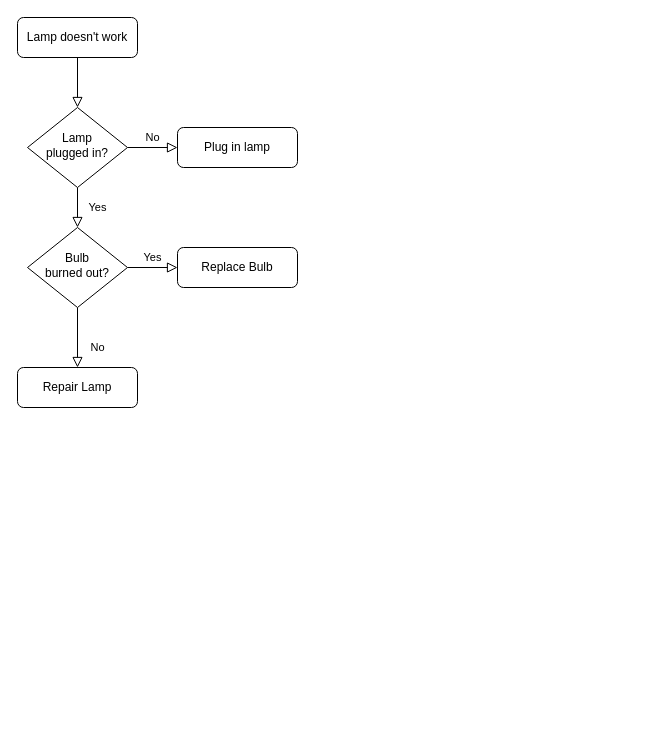
Earlier version of the draw.io diagram weblate/保存翻译内容到数据库.drawio (weijiang1994/draw-io). Source tidied: cells renumbered, new cells numbered last; positions are measured from the earlier drawing's top-left corner, leaving out a move shared by most shapes. Both pictures are drawn from the tidied source at 100%, with x=0, y=0 at pixel (17, 17).
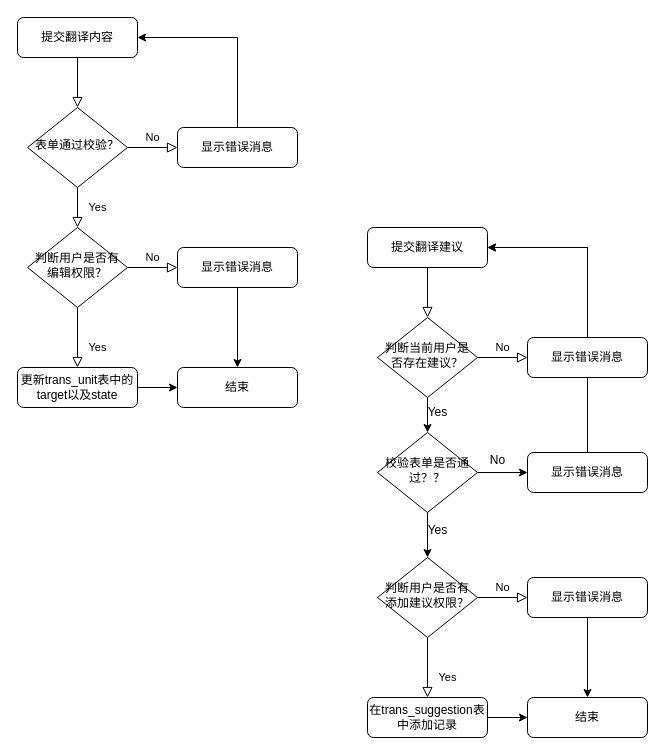
Above is the later version.

Commit message:
更新保存翻译内容到数据库.drawio

The edit, as a diff of the source:
```diff
@@
+    <mxCell id="13" style="edgeStyle=orthogonalEdgeStyle;rounded=0;jettySize=auto;html=1;exitX=0.5;exitY=0;exitDx=0;exitDy=0;entryX=1;entryY=0.5;entryDx=0;entryDy=0;" parent="1" edge="1" source="36" target="19">
+      <mxGeometry relative="1" as="geometry" />
+    </mxCell>
@@
-    <mxCell id="3" value="Lamp doesn't work" style="rounded=1;whiteSpace=wrap;html=1;fontSize=12;glass=0;strokeWidth=1;shadow=0;" parent="1" vertex="1">
+    <mxCell id="3" value="提交翻译内容" style="rounded=1;whiteSpace=wrap;html=1;fontSize=12;glass=0;strokeWidth=1;shadow=0;" parent="1" vertex="1">
       <mxGeometry width="120" height="40" as="geometry" />
     </mxCell>
@@
-    <mxCell id="6" value="Lamp&lt;br&gt;plugged in?" style="rhombus;whiteSpace=wrap;html=1;shadow=0;fontFamily=Helvetica;fontSize=12;align=center;strokeWidth=1;spacing=6;spacingTop=-4;" parent="1" vertex="1">
+    <mxCell id="6" value="表单通过校验？" style="rhombus;whiteSpace=wrap;html=1;shadow=0;fontFamily=Helvetica;fontSize=12;align=center;strokeWidth=1;spacing=6;spacingTop=-4;" parent="1" vertex="1">
       <mxGeometry x="10" y="90" width="100" height="80" as="geometry" />
     </mxCell>
+    <mxCell id="14" style="edgeStyle=orthogonalEdgeStyle;rounded=0;jettySize=auto;html=1;exitX=0.5;exitY=0;exitDx=0;exitDy=0;entryX=1;entryY=0.5;entryDx=0;entryDy=0;" parent="1" edge="1" source="7" target="3">
+      <mxGeometry relative="1" as="geometry" />
+    </mxCell>
-    <mxCell id="7" value="Plug in lamp" style="rounded=1;whiteSpace=wrap;html=1;fontSize=12;glass=0;strokeWidth=1;shadow=0;" parent="1" vertex="1">
+    <mxCell id="7" value="显示错误消息" style="rounded=1;whiteSpace=wrap;html=1;fontSize=12;glass=0;strokeWidth=1;shadow=0;" parent="1" vertex="1">
       <mxGeometry x="160" y="110" width="120" height="40" as="geometry" />
     </mxCell>
-    <mxCell id="8" value="No" style="rounded=0;html=1;jettySize=auto;fontSize=11;endArrow=block;endFill=0;endSize=8;strokeWidth=1;shadow=0;labelBackgroundColor=none;edgeStyle=orthogonalEdgeStyle;" parent="1" edge="1" source="10" target="11">
+    <mxCell id="8" value="Yes" style="rounded=0;html=1;jettySize=auto;fontSize=11;endArrow=block;endFill=0;endSize=8;strokeWidth=1;shadow=0;labelBackgroundColor=none;edgeStyle=orthogonalEdgeStyle;" parent="1" edge="1" source="10" target="11">
       <mxGeometry x="0.33" y="20" relative="1" as="geometry" />
     </mxCell>
-    <mxCell id="9" value="Yes" style="edgeStyle=orthogonalEdgeStyle;rounded=0;html=1;jettySize=auto;fontSize=11;endArrow=block;endFill=0;endSize=8;strokeWidth=1;shadow=0;labelBackgroundColor=none;" parent="1" edge="1" source="10" target="12">
+    <mxCell id="9" value="No" style="edgeStyle=orthogonalEdgeStyle;rounded=0;html=1;jettySize=auto;fontSize=11;endArrow=block;endFill=0;endSize=8;strokeWidth=1;shadow=0;labelBackgroundColor=none;" parent="1" edge="1" source="10" target="12">
       <mxGeometry y="10" relative="1" as="geometry" />
     </mxCell>
-    <mxCell id="10" value="Bulb&lt;br&gt;burned out?" style="rhombus;whiteSpace=wrap;html=1;shadow=0;fontFamily=Helvetica;fontSize=12;align=center;strokeWidth=1;spacing=6;spacingTop=-4;" parent="1" vertex="1">
+    <mxCell id="10" value="判断用户是否有编辑权限？" style="rhombus;whiteSpace=wrap;html=1;shadow=0;fontFamily=Helvetica;fontSize=12;align=center;strokeWidth=1;spacing=6;spacingTop=-4;" parent="1" vertex="1">
       <mxGeometry x="10" y="210" width="100" height="80" as="geometry" />
     </mxCell>
+    <mxCell id="15" style="edgeStyle=orthogonalEdgeStyle;rounded=0;jettySize=auto;html=1;exitX=1;exitY=0.5;exitDx=0;exitDy=0;entryX=0;entryY=0.5;entryDx=0;entryDy=0;" parent="1" edge="1" source="11" target="17">
+      <mxGeometry relative="1" as="geometry" />
+    </mxCell>
-    <mxCell id="11" value="Repair Lamp" style="rounded=1;whiteSpace=wrap;html=1;fontSize=12;glass=0;strokeWidth=1;shadow=0;" parent="1" vertex="1">
+    <mxCell id="11" value="更新trans_unit表中的target以及state" style="rounded=1;whiteSpace=wrap;html=1;fontSize=12;glass=0;strokeWidth=1;shadow=0;" parent="1" vertex="1">
       <mxGeometry y="350" width="120" height="40" as="geometry" />
     </mxCell>
+    <mxCell id="16" style="edgeStyle=orthogonalEdgeStyle;rounded=0;jettySize=auto;html=1;exitX=0.5;exitY=1;exitDx=0;exitDy=0;entryX=0.5;entryY=0;entryDx=0;entryDy=0;" parent="1" edge="1" source="12" target="17">
+      <mxGeometry relative="1" as="geometry" />
+    </mxCell>
-    <mxCell id="12" value="Replace Bulb" style="rounded=1;whiteSpace=wrap;html=1;fontSize=12;glass=0;strokeWidth=1;shadow=0;" parent="1" vertex="1">
+    <mxCell id="12" value="显示错误消息" style="rounded=1;whiteSpace=wrap;html=1;fontSize=12;glass=0;strokeWidth=1;shadow=0;" parent="1" vertex="1">
       <mxGeometry x="160" y="230" width="120" height="40" as="geometry" />
     </mxCell>
+    <mxCell id="17" value="结束" style="rounded=1;whiteSpace=wrap;html=1;fontSize=12;glass=0;strokeWidth=1;shadow=0;" parent="1" vertex="1">
+      <mxGeometry x="160" y="350" width="120" height="40" as="geometry" />
+    </mxCell>
+    <mxCell id="18" style="rounded=0;html=1;jettySize=auto;fontSize=11;endArrow=block;endFill=0;endSize=8;strokeWidth=1;shadow=0;labelBackgroundColor=none;edgeStyle=orthogonalEdgeStyle;" parent="1" edge="1" source="19" target="22">
+      <mxGeometry relative="1" as="geometry" />
+    </mxCell>
+    <mxCell id="19" value="提交翻译建议" style="rounded=1;whiteSpace=wrap;html=1;fontSize=12;glass=0;strokeWidth=1;shadow=0;" parent="1" vertex="1">
+      <mxGeometry x="350" y="210" width="120" height="40" as="geometry" />
+    </mxCell>
+    <mxCell id="20" value="No" style="edgeStyle=orthogonalEdgeStyle;rounded=0;html=1;jettySize=auto;fontSize=11;endArrow=block;endFill=0;endSize=8;strokeWidth=1;shadow=0;labelBackgroundColor=none;" parent="1" edge="1" source="22" target="24">
+      <mxGeometry y="10" relative="1" as="geometry" />
+    </mxCell>
+    <mxCell id="21" style="edgeStyle=orthogonalEdgeStyle;rounded=0;jettySize=auto;html=1;exitX=0.5;exitY=1;exitDx=0;exitDy=0;entryX=0.5;entryY=0;entryDx=0;entryDy=0;" parent="1" edge="1" source="22" target="35">
+      <mxGeometry relative="1" as="geometry" />
+    </mxCell>
+    <mxCell id="22" value="判断当前用户是否存在建议？" style="rhombus;whiteSpace=wrap;html=1;shadow=0;fontFamily=Helvetica;fontSize=12;align=center;strokeWidth=1;spacing=6;spacingTop=-4;" parent="1" vertex="1">
+      <mxGeometry x="360" y="300" width="100" height="80" as="geometry" />
+    </mxCell>
+    <mxCell id="23" style="edgeStyle=orthogonalEdgeStyle;rounded=0;jettySize=auto;html=1;exitX=0.5;exitY=0;exitDx=0;exitDy=0;entryX=1;entryY=0.5;entryDx=0;entryDy=0;" parent="1" edge="1" source="24" target="19">
+      <mxGeometry relative="1" as="geometry" />
+    </mxCell>
+    <mxCell id="24" value="显示错误消息" style="rounded=1;whiteSpace=wrap;html=1;fontSize=12;glass=0;strokeWidth=1;shadow=0;" parent="1" vertex="1">
+      <mxGeometry x="510" y="320" width="120" height="40" as="geometry" />
+    </mxCell>
+    <mxCell id="25" value="Yes" style="rounded=0;html=1;jettySize=auto;fontSize=11;endArrow=block;endFill=0;endSize=8;strokeWidth=1;shadow=0;labelBackgroundColor=none;edgeStyle=orthogonalEdgeStyle;" parent="1" edge="1" source="27" target="29">
+      <mxGeometry x="0.33" y="20" relative="1" as="geometry" />
+    </mxCell>
+    <mxCell id="26" value="No" style="edgeStyle=orthogonalEdgeStyle;rounded=0;html=1;jettySize=auto;fontSize=11;endArrow=block;endFill=0;endSize=8;strokeWidth=1;shadow=0;labelBackgroundColor=none;" parent="1" edge="1" source="27" target="31">
+      <mxGeometry y="10" relative="1" as="geometry" />
+    </mxCell>
+    <mxCell id="27" value="判断用户是否有添加建议权限？" style="rhombus;whiteSpace=wrap;html=1;shadow=0;fontFamily=Helvetica;fontSize=12;align=center;strokeWidth=1;spacing=6;spacingTop=-4;" parent="1" vertex="1">
+      <mxGeometry x="360" y="540" width="100" height="80" as="geometry" />
+    </mxCell>
+    <mxCell id="28" style="edgeStyle=orthogonalEdgeStyle;rounded=0;jettySize=auto;html=1;exitX=1;exitY=0.5;exitDx=0;exitDy=0;entryX=0;entryY=0.5;entryDx=0;entryDy=0;" parent="1" edge="1" source="29" target="32">
+      <mxGeometry relative="1" as="geometry" />
+    </mxCell>
+    <mxCell id="29" value="在trans_suggestion表中添加记录" style="rounded=1;whiteSpace=wrap;html=1;fontSize=12;glass=0;strokeWidth=1;shadow=0;" parent="1" vertex="1">
+      <mxGeometry x="350" y="680" width="120" height="40" as="geometry" />
+    </mxCell>
+    <mxCell id="30" style="edgeStyle=orthogonalEdgeStyle;rounded=0;jettySize=auto;html=1;exitX=0.5;exitY=1;exitDx=0;exitDy=0;entryX=0.5;entryY=0;entryDx=0;entryDy=0;" parent="1" edge="1" source="31" target="32">
+      <mxGeometry relative="1" as="geometry" />
+    </mxCell>
+    <mxCell id="31" value="显示错误消息" style="rounded=1;whiteSpace=wrap;html=1;fontSize=12;glass=0;strokeWidth=1;shadow=0;" parent="1" vertex="1">
+      <mxGeometry x="510" y="560" width="120" height="40" as="geometry" />
+    </mxCell>
+    <mxCell id="32" value="结束" style="rounded=1;whiteSpace=wrap;html=1;fontSize=12;glass=0;strokeWidth=1;shadow=0;" parent="1" vertex="1">
+      <mxGeometry x="510" y="680" width="120" height="40" as="geometry" />
+    </mxCell>
+    <mxCell id="33" style="edgeStyle=orthogonalEdgeStyle;rounded=0;jettySize=auto;html=1;exitX=1;exitY=0.5;exitDx=0;exitDy=0;entryX=0;entryY=0.5;entryDx=0;entryDy=0;" parent="1" edge="1" source="35" target="36">
+      <mxGeometry relative="1" as="geometry" />
+    </mxCell>
+    <mxCell id="34" style="edgeStyle=orthogonalEdgeStyle;rounded=0;jettySize=auto;html=1;exitX=0.5;exitY=1;exitDx=0;exitDy=0;entryX=0.5;entryY=0;entryDx=0;entryDy=0;" parent="1" edge="1" source="35" target="27">
+      <mxGeometry relative="1" as="geometry" />
+    </mxCell>
+    <mxCell id="35" value="校验表单是否通过？？" style="rhombus;whiteSpace=wrap;html=1;shadow=0;fontFamily=Helvetica;fontSize=12;align=center;strokeWidth=1;spacing=6;spacingTop=-4;" parent="1" vertex="1">
+      <mxGeometry x="360" y="415" width="100" height="80" as="geometry" />
+    </mxCell>
+    <mxCell id="36" value="显示错误消息" style="rounded=1;whiteSpace=wrap;html=1;fontSize=12;glass=0;strokeWidth=1;shadow=0;" parent="1" vertex="1">
+      <mxGeometry x="510" y="435" width="120" height="40" as="geometry" />
+    </mxCell>
+    <mxCell id="37" value="Yes" style="text;html=1;align=center;verticalAlign=middle;strokeColor=none;fillColor=none;" parent="1" vertex="1">
+      <mxGeometry x="400" y="380" width="40" height="30" as="geometry" />
+    </mxCell>
+    <mxCell id="38" value="No" style="text;html=1;align=center;verticalAlign=middle;strokeColor=none;fillColor=none;" parent="1" vertex="1">
+      <mxGeometry x="460" y="428" width="40" height="30" as="geometry" />
+    </mxCell>
+    <mxCell id="39" value="Yes" style="text;html=1;align=center;verticalAlign=middle;strokeColor=none;fillColor=none;" parent="1" vertex="1">
+      <mxGeometry x="400" y="498" width="40" height="30" as="geometry" />
+    </mxCell>
```
